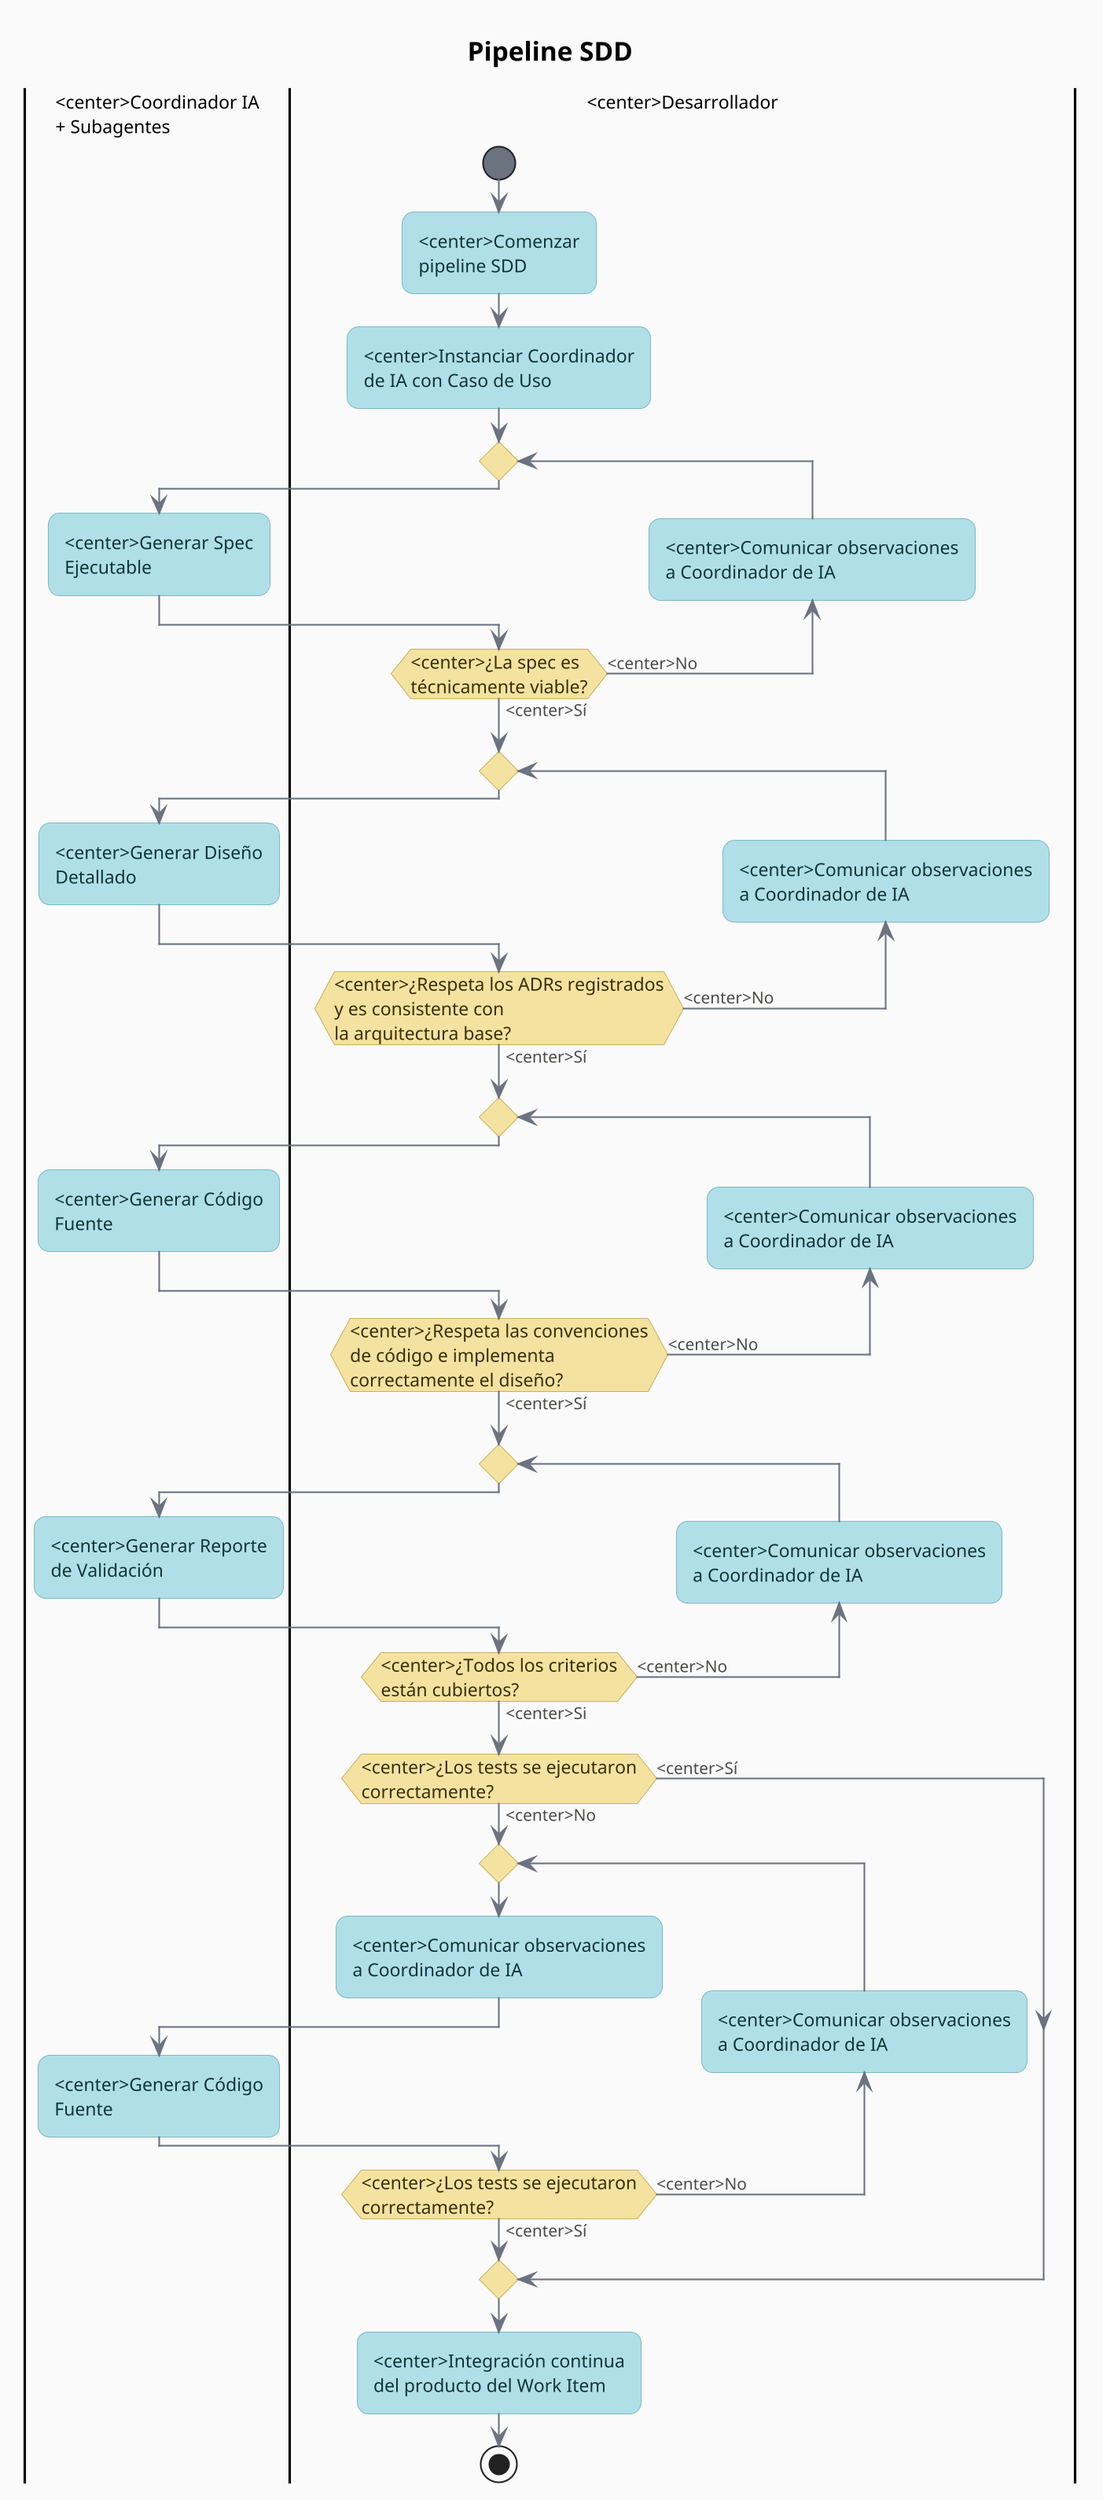
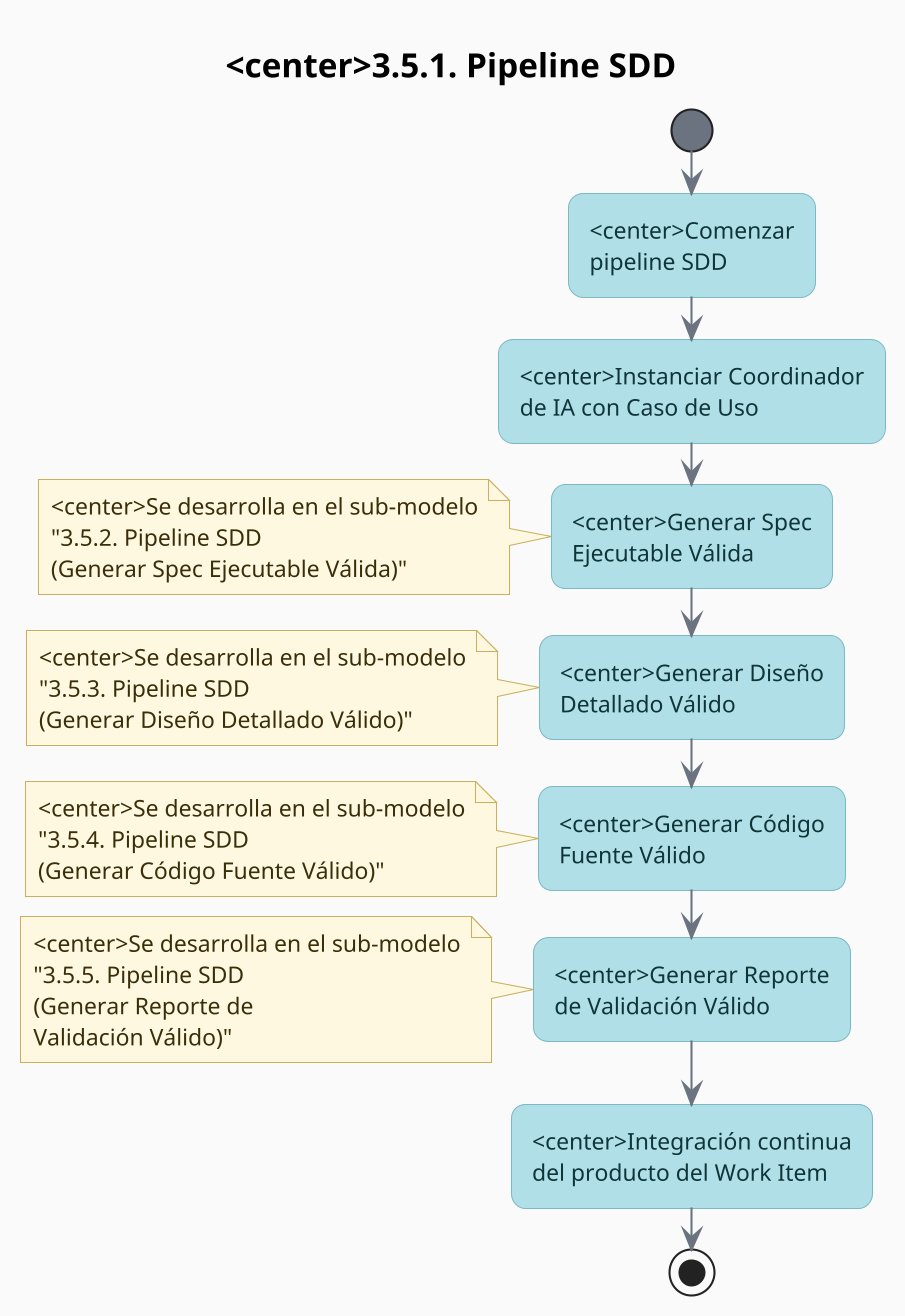
@startuml
skinparam dpi 200
- title  Pipeline SDD
+ title <center>3.5.1. Pipeline SDD

' === Modern soft theme ===
skinparam backgroundColor #FAFAFA
skinparam defaultFontName Helvetica
skinparam defaultFontSize 11
skinparam titleFontSize 16
skinparam titleFontStyle bold
skinparam shadowing false
skinparam roundCorner 14
skinparam linetype polyline

skinparam activity {
    BackgroundColor       #B0DFE8
    BorderColor           #7DB9C5
    FontColor             #0F3539
    FontName              Helvetica
    FontSize              11
    DiamondBackgroundColor #F4E2A0
    DiamondBorderColor    #C9B05E
    DiamondFontColor      #3A2E0A
    StartColor            #6B7280
    EndColor              #6B7280
    BarColor              #6B7280
}

skinparam partition {
    BackgroundColor #FFFFFF
    BorderColor     #C9C9BE
    FontColor       #4A4A48
    FontStyle       bold
    FontSize        12
}

skinparam arrow {
    Color     #6B7280
    FontColor #4A4A48
    FontSize  10
    Thickness 1
}

skinparam note {
    BackgroundColor #FFF8E1
    BorderColor     #C9B05E
    FontColor       #3A2E0A
}

- !define Dev <center>Desarrollador
- !define Coo <center>Coordinador IA
- !define SubRed <center>Subagente\nRedactor
- !define SubDis <center>Subagente\nde Diseño
- !define SubImp <center>Subagente\nde Implementación
- !define SubVer <center>Subagente\nVerificador
- !define Tes <center>Tester
- !define CooSub <center>Coordinador IA\n+ Subagentes
- 
- 
- |CooSub|
- |Dev|
- '|Coo|
- '|SubRed|
- '|SubDis|
- '|SubImp|
- '|SubVer|
- 
- ' PIPELINE SDD
- |Dev|
start
:<center>Comenzar\npipeline SDD;
:<center>Instanciar Coordinador\nde IA con Caso de Uso;
- 
- repeat
-     |CooSub|
-     :<center>Generar Spec\nEjecutable;
-     |Dev|
-     backward :<center>Comunicar observaciones\na Coordinador de IA;
- repeat while (<center>¿La spec es\ntécnicamente viable?) is (<center>No) not (<center>Sí)
- 
- 
- '|Coo|
- ':<center>Consultar Memoria\nPersistente;
- ':<center>Instanciar Subagente\nRedactor;
- '|SubRed|
- ':<center>Consultar Memoria\nPersistente;
- ':<center>Genera Spec\nEjecutable;
- ':<center>Registrar en Memoria\nPersistente;
- '|Dev|
- ':<center>Verifica Spec\nEjecutable;
- 'if (<center>¿La spec es\ntécnicamente viable?) then (<center>No)
- '    repeat
- '        |Dev|
- '        :<center>Comunicar\nobservaciones;
- '        |Coo|
- '        :<center>Reinstanciar Redactor\ncon observaciones;
- '        |SubRed|
- '        :<center>Consultar Memoria\nPersistente;
- '        :<center>Genera Spec\nEjecutable actualizada;
- '        :<center>Registrar en Memoria\nPersistente;
- '        |Dev|
- '    repeat while (<center>¿La spec es\ntécnicamente viable?) is (<center>No) not (<center>Sí)
- 'else (<center>Sí)
- 'endif
- 
- repeat
-     |CooSub|
-     :<center>Generar Diseño\nDetallado;
- 
-     |Dev|
-     backward :<center>Comunicar observaciones\na Coordinador de IA;
- 
- repeat while (<center>¿Respeta los ADRs registrados\ny es consistente con\nla arquitectura base?) is (<center>No) not (<center>Sí)
- 
- '|Coo|
- ':<center>Instanciar Subagente\nde Diseño;
- '|SubDis|
- ':<center>Consultar Memoria\nPersistente;
- ':<center>Genera Diseño\nDetallado;
- ':<center>Registrar en Memoria\nPersistente;
- '|Dev|
- 'if (<center>¿Respeta los ADRs registrados\ny es consistente con\nla arquitectura base?) then (<center>No)
- '    repeat
- '        |Dev|
- '        :<center>Comunicar\nobservaciones;
- '        |Coo|
- '        :<center>Reinstanciar Subagente de\nDiseño con observaciones;
- '        |SubDis|
- '        :<center>Consultar Memoria\nPersistente;
- '        :<center>Genera Diseño\nDetallado actualizado;
- '        :<center>Registrar en Memoria\nPersistente;
- '        |Dev|
- '    repeat while (<center>¿Respeta los ADRs registrados\ny es consistente con\nla arquitectura base?) is (<center>No) not (<center>Sí)
- 'else (<center>Sí)
- 'endif
- 
- repeat
-     |CooSub|
-     :<center>Generar Código\nFuente;
- 
-     |Dev|
-     backward :<center>Comunicar observaciones\na Coordinador de IA;
- 
- repeat while (<center>¿Respeta las convenciones\nde código e implementa\ncorrectamente el diseño?) is (<center>No) not (<center>Sí)
- 
- '|Coo|
- 
- '|Coo|
- ':<center>Instanciar Subagente\nde Implementación;
- '|SubImp|
- ':<center>Consultar Memoria\nPersistente;
- ':<center>Genera Código\nFuente;
- ':<center>Registrar en Memoria\nPersistente;
- '|Dev|
- 'if (<center>¿Respeta las convenciones\nde código e implementa\ncorrectamente el diseño?) then (<center>No)
- '    repeat
- '        |Dev|
- '        :<center>Comunicar\nobservaciones;
- '        |Coo|
- '        :<center>Reinstanciar Subagente de\nImplementación con observaciones;
- '        |SubImp|
- '        :<center>Consultar Memoria\nPersistente;
- '        :<center>Genera Código\nFuente actualizado;
- '        :<center>Registrar en Memoria\nPersistente;
- '        |Dev|
- '    repeat while (<center>¿Respeta las convenciones\nde código e implementa\ncorrectamente el diseño?) is (<center>No) not (<center>Sí)
- 'else (<center>Sí)
- 'endif
- 
- repeat
-     |CooSub|
-     :<center>Generar Reporte\nde Validación;
- 
-     |Dev|
-     backward :<center>Comunicar observaciones\na Coordinador de IA;
- repeat while (<center>¿Todos los criterios\nestán cubiertos?) is (<center>No) not (<center>Si)
- 
- if (<center>¿Los tests se ejecutaron\ncorrectamente?) then (<center>Sí)
- else (<center>No)
-     repeat
-         |Dev|
-         :<center>Comunicar observaciones\na Coordinador de IA;
-         |CooSub|
-         :<center>Generar Código\nFuente;
-         |Dev|
-         backward :<center>Comunicar observaciones\na Coordinador de IA;
-     repeat while (<center>¿Los tests se ejecutaron\ncorrectamente?) is (<center>No) not (<center>Sí)
- endif
- '|Coo|
- ':<center>Instanciar Subagente\nVerificador;
- '|SubVer|
- ':<center>Consultar Memoria\nPersistente;
- ':<center>Deriva tests de\nSpec Ejecutable;
- ':<center>Ejecuta los tests\ncontra el código;
- ':<center>Genera Reporte\nde Validación;
- ':<center>Registrar en Memoria\nPersistente;
- '|Dev|
- 'if (<center>¿Todos los criterios\nestán cubiertos?) then (<center>No)
- '    repeat
- '    |Dev|
- '    :<center>Comunicar\nobservaciones;
- '    |Coo|
- '    :<center>Reinstanciar Subagente\nVerificador con observaciones;
- '    |SubVer|
- '    :<center>Consultar Memoria\nPersistente;
- '    :<center>Deriva tests actualizados\nde Spec Ejecutable;
- '    :<center>Ejecuta los tests\ncontra el código;
- '    :<center>Genera Reporte\nde Validación;
- '    :<center>Registrar en Memoria\nPersistente;
- '    |Dev|
- '    repeat while (<center>¿Todos los criterios\nestán cubiertos?) is (<center>No) not (<center>Si)
- 'else (<center>Si)
- 'endif
- '
- 'if (<center>¿Los tests se ejecutaron\ncorrectamente?) then (<center>Sí)
- 'else (<center>No)
- '    repeat
- '        |Dev|
- '        :<center>Comunicar\nobservaciones;
- '        |Coo|
- '        :<center>Reinstanciar Subagente de\nImplementación con observaciones;
- '        |SubImp|
- '        :<center>Consultar Memoria\nPersistente;
- '        :<center>Genera Código\nFuente actualizado;
- '        :<center>Registrar en Memoria\nPersistente;
- '        |Dev|
- '    repeat while (<center>¿Los tests se ejecutaron\ncorrectamente?) is (<center>No) not (<center>Sí)
- 'endif
+ :<center>Generar Spec\nEjecutable Válida;
+ note left:<center>Se desarrolla en el sub-modelo\n"3.5.2. Pipeline SDD\n(Generar Spec Ejecutable Válida)"
+ :<center>Generar Diseño\nDetallado Válido;
+ note left:<center>Se desarrolla en el sub-modelo\n"3.5.3. Pipeline SDD\n(Generar Diseño Detallado Válido)"
+ :<center>Generar Código\nFuente Válido;
+ note left:<center>Se desarrolla en el sub-modelo\n"3.5.4. Pipeline SDD\n(Generar Código Fuente Válido)"
+ :<center>Generar Reporte\nde Validación Válido;
+ note left:<center>Se desarrolla en el sub-modelo\n"3.5.5. Pipeline SDD\n(Generar Reporte de\nValidación Válido)"
:<center>Integración continua\ndel producto del Work Item;
stop
@enduml